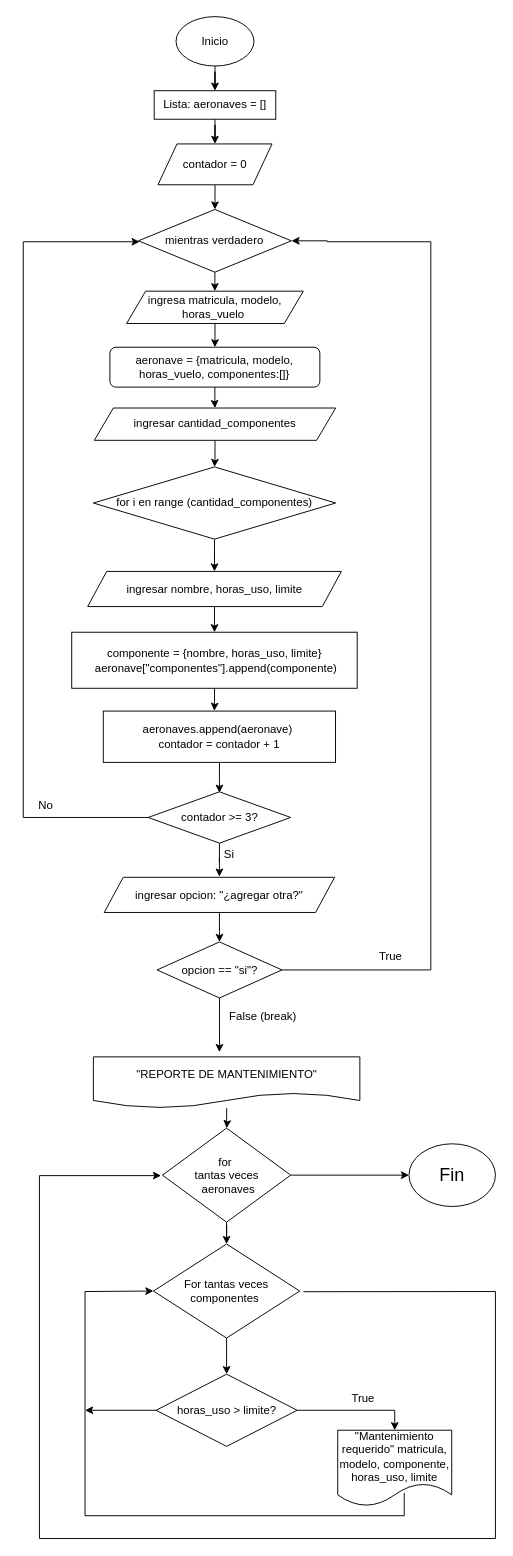
This is page "Página-2" (1 of 2) of Reto unidad 4/Diagrama sin título.drawio from hacUPB/prog-2620-unidad4-Cristiantt04, a draw.io file, before an edit. Source tidied: cells renumbered, new cells numbered last; positions are measured from the earlier drawing's top-left corner, leaving out a move shared by most shapes. Both pictures are drawn from the tidied source at 95%, with x=0, y=0 at pixel (17, 16).
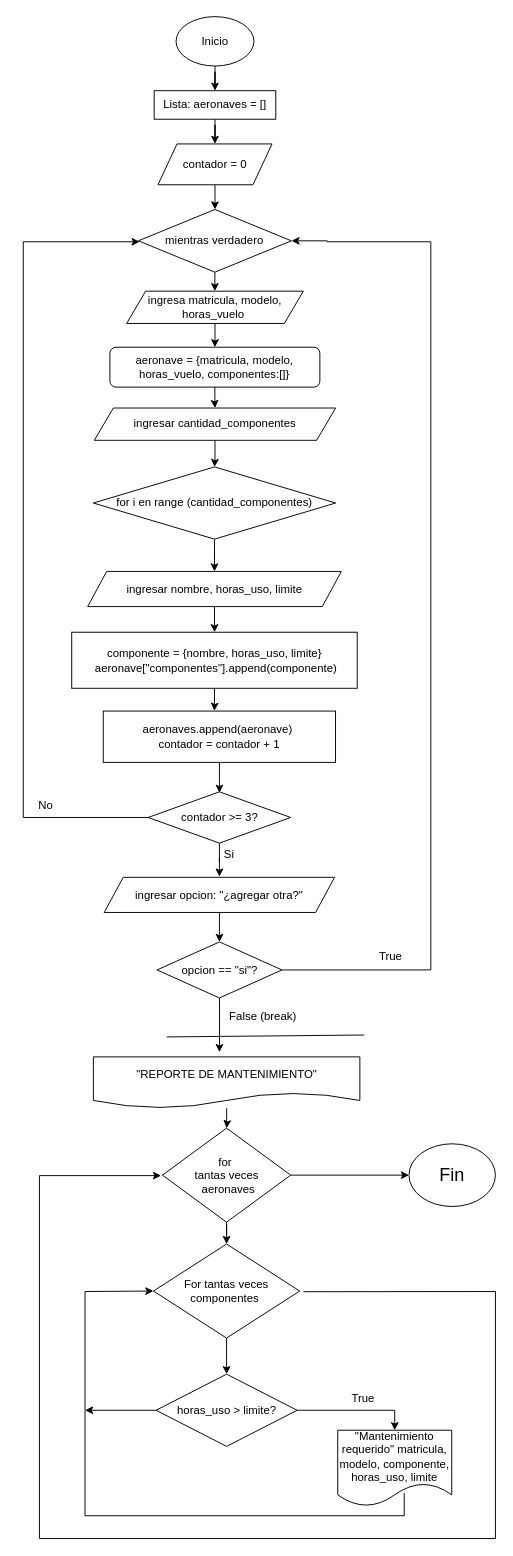
After the change.

Diff of the diagram source:
```diff
@@
+    <mxCell id="59" style="endArrow=none;html=1;rounded=0;" parent="1" edge="1">
+      <mxGeometry relative="1" as="geometry">
+        <mxPoint x="157" y="1074" as="sourcePoint" />
+        <mxPoint x="365" y="1072" as="targetPoint" />
+      </mxGeometry>
+    </mxCell>
```
